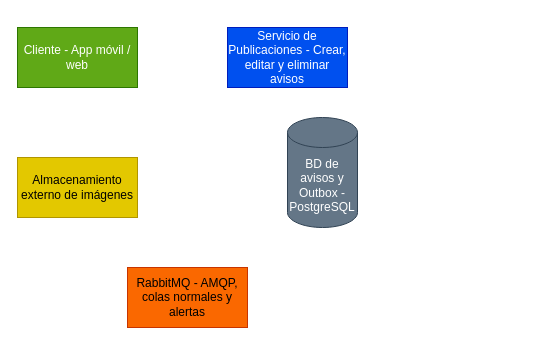
This is Archivo editable y exportado/vecindario.drawio.xml from Yukisan-uwo/GA-TL-02-FORM-Modelado-de-Comunicacion-entre-Procesos-Distribuidos, a draw.io file, before an edit. Source tidied: cells renumbered, new cells numbered last; positions are measured from the earlier drawing's top-left corner, leaving out a move shared by most shapes. Both pictures are drawn from the tidied source at 100%, with x=0, y=0 at pixel (17, 27).
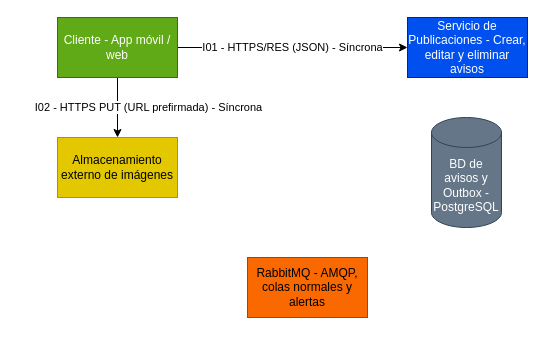
Above is the later version.

Change to the diagram source:
```diff
@@
 <mxGraphModel>
   <root>
     <mxCell id="0" />
     <mxCell id="1" parent="0" />
+    <mxCell id="7" value="I01 - HTTPS/RES (JSON) - Síncrona" style="edgeStyle=orthogonalEdgeStyle;rounded=0;jettySize=auto;html=1;entryX=0;entryY=0.5;entryDx=0;entryDy=0;defaultLabelBackgroundColor=page;strokeColor=light-dark(#000000,#66B2FF);" parent="1" edge="1" source="2" target="3">
+      <mxGeometry relative="1" as="geometry" />
+    </mxCell>
+    <mxCell id="8" style="edgeStyle=orthogonalEdgeStyle;rounded=0;jettySize=auto;html=1;entryX=0.5;entryY=0;entryDx=0;entryDy=0;defaultLabelBackgroundColor=page;strokeColor=light-dark(#000000,#66B2FF);" parent="1" edge="1" source="2" target="4">
+      <mxGeometry relative="1" as="geometry" />
+    </mxCell>
+    <mxCell id="9" value="I02 - HTTPS PUT (URL prefirmada) - Síncrona" style="edgeLabel;html=1;align=center;verticalAlign=middle;inheritText=1;defaultLabelBackgroundColor=page;" parent="8" vertex="1">
+      <mxGeometry x="-0.05" y="-1" relative="1" as="geometry">
+        <mxPoint x="31" as="offset" />
+      </mxGeometry>
+    </mxCell>
     <mxCell id="2" value="Cliente - App móvil / web" style="rounded=0;whiteSpace=wrap;html=1;fillColor=#60a917;fontColor=#ffffff;strokeColor=#2D7600;" parent="1" vertex="1">
-      <mxGeometry width="120" height="60" as="geometry" />
+      <mxGeometry x="40" y="-10" width="120" height="60" as="geometry" />
     </mxCell>
     <mxCell id="3" value="Servicio de Publicaciones - Crear, editar y eliminar avisos" style="rounded=0;whiteSpace=wrap;html=1;fillColor=#0050ef;fontColor=#ffffff;strokeColor=#001DBC;" parent="1" vertex="1">
-      <mxGeometry x="210" width="120" height="60" as="geometry" />
+      <mxGeometry x="390" y="-10" width="120" height="60" as="geometry" />
     </mxCell>
     <mxCell id="4" value="Almacenamiento externo de imágenes" style="rounded=0;whiteSpace=wrap;html=1;fillColor=light-dark(#E3C800,#FFC600);strokeColor=#B09500;fontColor=light-dark(#000000,#000000);" parent="1" vertex="1">
-      <mxGeometry y="130" width="120" height="60" as="geometry" />
+      <mxGeometry x="40" y="110" width="120" height="60" as="geometry" />
     </mxCell>
     <mxCell id="5" value="BD de avisos y Outbox - PostgreSQL" style="shape=cylinder3;whiteSpace=wrap;html=1;boundedLbl=1;backgroundOutline=1;size=15;fillColor=#647687;fontColor=#ffffff;strokeColor=#314354;" parent="1" vertex="1">
-      <mxGeometry x="270" y="90" width="70" height="110" as="geometry" />
+      <mxGeometry x="414" y="90" width="70" height="110" as="geometry" />
     </mxCell>
     <mxCell id="6" value="RabbitMQ - AMQP, colas normales y alertas" style="rounded=0;whiteSpace=wrap;html=1;fillColor=#fa6800;fontColor=light-dark(#000000,#000000);strokeColor=#C73500;" parent="1" vertex="1">
-      <mxGeometry x="110" y="240" width="120" height="60" as="geometry" />
+      <mxGeometry x="230" y="230" width="120" height="60" as="geometry" />
     </mxCell>
   </root>
 </mxGraphModel>
```
